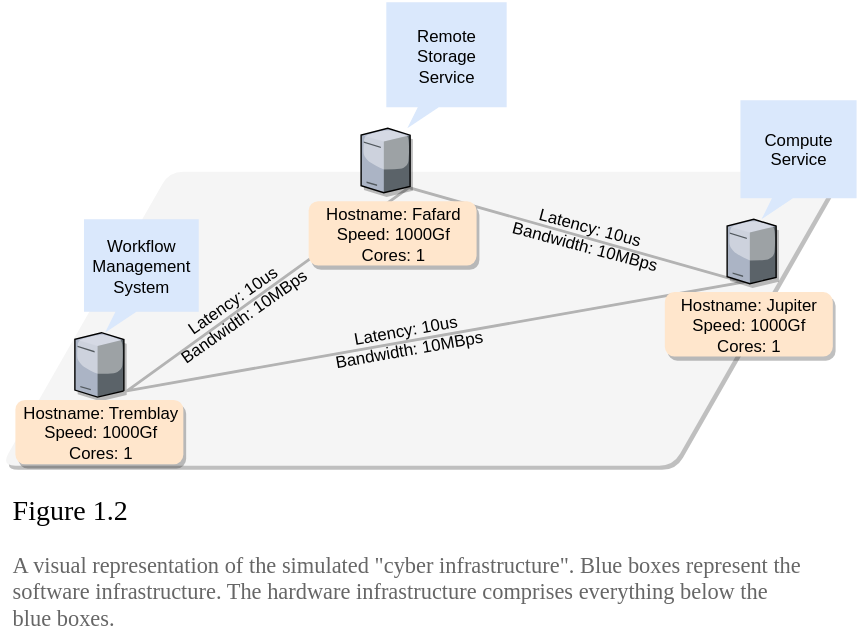
Before: docs/public/img/activity_1/cyber_infrastructure.svg, a diagram exported from draw.io (wrench-project/wrench-pedagogic-modules). Source tidied: cells renumbered, new cells last; positions are measured from the earlier drawing's top-left corner, leaving out a move shared by most shapes.
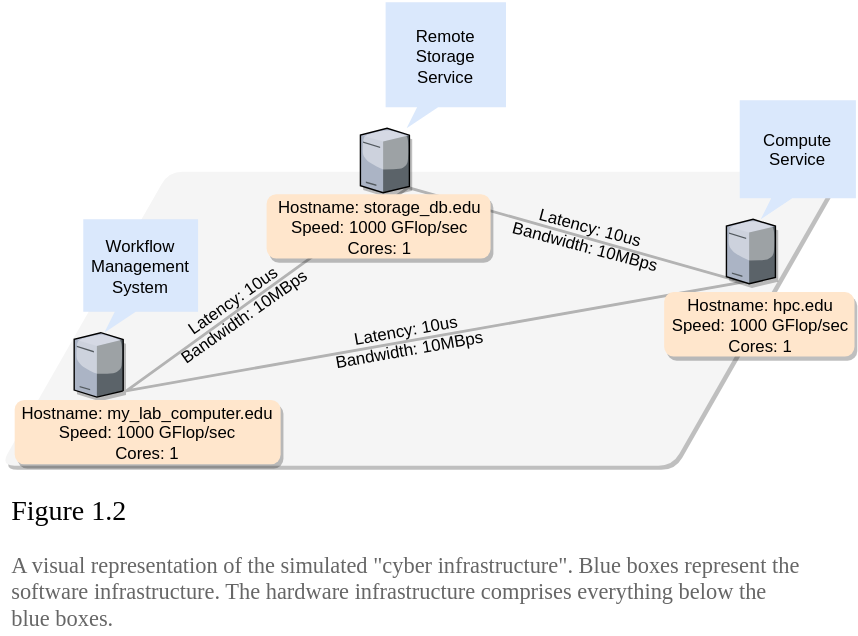
The same file after the commit.

Change to the diagram source:
```diff
@@ -1,4 +1,4 @@
-<mxGraphModel>
+<mxGraphModel background="#ffffff">
   <root>
     <mxCell id="0" />
     <mxCell id="1" parent="0" />
@@ -17,14 +17,14 @@
     <mxCell id="6" value="&lt;div style=&quot;text-align: left&quot;&gt;&lt;br&gt;&lt;/div&gt;" style="verticalLabelPosition=bottom;html=1;verticalAlign=top;strokeColor=none;align=center;shape=mxgraph.citrix.tower_server;shadow=1;" parent="1" vertex="1">
       <mxGeometry x="257.5" y="128" width="35" height="46" as="geometry" />
     </mxCell>
-    <mxCell id="7" value="&lt;div&gt;&lt;span&gt;Hostname: Tremblay&lt;/span&gt;&lt;/div&gt;&lt;div&gt;&lt;span&gt;Speed: 1000Gf&lt;/span&gt;&lt;/div&gt;&lt;div&gt;&lt;span&gt;Cores: 1&lt;/span&gt;&lt;/div&gt;" style="rounded=1;whiteSpace=wrap;html=1;fillColor=#ffe6cc;strokeColor=none;shadow=1;" parent="1" vertex="1">
-      <mxGeometry x="10.5" y="322" width="120" height="46" as="geometry" />
+    <mxCell id="7" value="&lt;div&gt;&lt;span&gt;Hostname: my_lab_computer.edu&lt;/span&gt;&lt;/div&gt;&lt;div&gt;&lt;span&gt;Speed: 1000 GFlop/sec&lt;/span&gt;&lt;/div&gt;&lt;div&gt;&lt;span&gt;Cores: 1&lt;/span&gt;&lt;/div&gt;" style="rounded=1;whiteSpace=wrap;html=1;fillColor=#ffe6cc;strokeColor=none;shadow=1;" parent="1" vertex="1">
+      <mxGeometry x="10.5" y="322" width="190" height="46" as="geometry" />
     </mxCell>
-    <mxCell id="8" value="&lt;div&gt;&lt;span&gt;Hostname: Fafard&lt;/span&gt;&lt;/div&gt;&lt;div&gt;&lt;span&gt;Speed: 1000Gf&lt;/span&gt;&lt;/div&gt;&lt;div&gt;&lt;span&gt;Cores: 1&lt;/span&gt;&lt;/div&gt;" style="rounded=1;whiteSpace=wrap;html=1;fillColor=#ffe6cc;strokeColor=none;shadow=1;" parent="1" vertex="1">
-      <mxGeometry x="220" y="180" width="120" height="46" as="geometry" />
+    <mxCell id="8" value="&lt;div&gt;&lt;span&gt;Hostname: storage_db.edu&lt;/span&gt;&lt;/div&gt;&lt;div&gt;&lt;span&gt;Speed: 1000 GFlop/sec&lt;/span&gt;&lt;/div&gt;&lt;div&gt;&lt;span&gt;Cores: 1&lt;/span&gt;&lt;/div&gt;" style="rounded=1;whiteSpace=wrap;html=1;fillColor=#ffe6cc;strokeColor=none;shadow=1;" parent="1" vertex="1">
+      <mxGeometry x="190.5" y="175" width="160" height="46" as="geometry" />
     </mxCell>
-    <mxCell id="9" value="&lt;div&gt;&lt;span&gt;Hostname: Jupiter&lt;/span&gt;&lt;/div&gt;&lt;div&gt;&lt;span&gt;Speed: 1000Gf&lt;/span&gt;&lt;/div&gt;&lt;div&gt;&lt;span&gt;Cores: 1&lt;/span&gt;&lt;/div&gt;" style="rounded=1;whiteSpace=wrap;html=1;fillColor=#ffe6cc;strokeColor=none;gradientColor=none;shadow=1;" parent="1" vertex="1">
-      <mxGeometry x="474.5" y="245" width="120" height="46" as="geometry" />
+    <mxCell id="9" value="&lt;div&gt;&lt;span&gt;Hostname: hpc.edu&lt;/span&gt;&lt;/div&gt;&lt;div&gt;&lt;span&gt;Speed: 1000 GFlop/sec&lt;/span&gt;&lt;/div&gt;&lt;div&gt;&lt;span&gt;Cores: 1&lt;/span&gt;&lt;/div&gt;" style="rounded=1;whiteSpace=wrap;html=1;fillColor=#ffe6cc;strokeColor=none;gradientColor=none;shadow=1;" parent="1" vertex="1">
+      <mxGeometry x="474.5" y="245" width="136" height="46" as="geometry" />
     </mxCell>
     <mxCell id="10" value="Latency: 10us&lt;br&gt;Bandwidth: 10MBps&lt;br&gt;" style="rounded=1;whiteSpace=wrap;html=1;shadow=0;strokeColor=none;strokeWidth=2;fillColor=none;rotation=-35;" parent="1" vertex="1">
       <mxGeometry x="109" y="227" width="120" height="60" as="geometry" />
```
